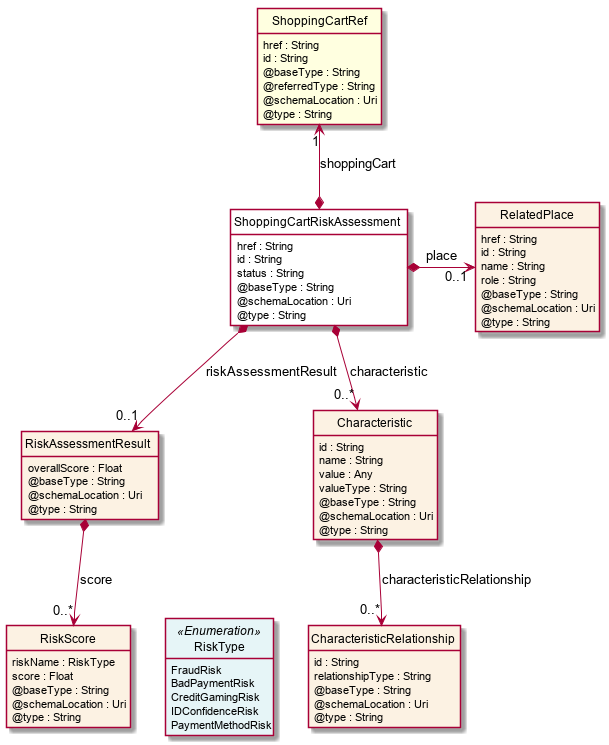
Above: apis/TMF696_Risk_Management/documentation/diagrams/Resource_ShoppingCartRiskAssessment.png in tmforum-apis/Open_Api_And_Data_Model (PlantUML), before the change. Source of this version:
```plantuml
@startuml
hide circle
hide methods
hide stereotype
show <<Enumeration>> stereotype
skinparam class {
   BackgroundColor<<Enumeration>> #E6F5F7
   BackgroundColor<<Ref>> #FFFFE0
   BackgroundColor<<Pivot>> #FFFFFFF
   BackgroundColor #FCF2E3
}

class ShoppingCartRiskAssessment  <<Pivot>> {
    href : String
    id : String
    status : String
    @baseType : String
    @schemaLocation : Uri
    @type : String
}

class RiskAssessmentResult  {
    overallScore : Float
    @baseType : String
    @schemaLocation : Uri
    @type : String
}

class RiskScore  {
    riskName : RiskType
    score : Float
    @baseType : String
    @schemaLocation : Uri
    @type : String
}

class RiskType <<Enumeration>> {
    FraudRisk
    BadPaymentRisk
    CreditGamingRisk
    IDConfidenceRisk
    PaymentMethodRisk
}

class ShoppingCartRef  <<Ref>> {
    href : String
    id : String
    @baseType : String
    @referredType : String
    @schemaLocation : Uri
    @type : String
}

class RelatedPlace  {
    href : String
    id : String
    name : String
    role : String
    @baseType : String
    @schemaLocation : Uri
    @type : String
}

class Characteristic  {
    id : String
    name : String
    value : Any
    valueType : String
    @baseType : String
    @schemaLocation : Uri
    @type : String
}

class CharacteristicRelationship  {
    id : String
    relationshipType : String
    @baseType : String
    @schemaLocation : Uri
    @type : String
}

ShoppingCartRiskAssessment *-right-> "0..1" RelatedPlace : place

ShoppingCartRef "1" <--* ShoppingCartRiskAssessment : shoppingCart

ShoppingCartRiskAssessment *-->  "0..*" Characteristic : characteristic

ShoppingCartRiskAssessment *-->  "0..1" RiskAssessmentResult : riskAssessmentResult

RiskAssessmentResult *-->  "0..*" RiskScore : score

Characteristic *-->  "0..*" CharacteristicRelationship : characteristicRelationship

RiskScore -right[hidden]-> RiskType

@enduml
```
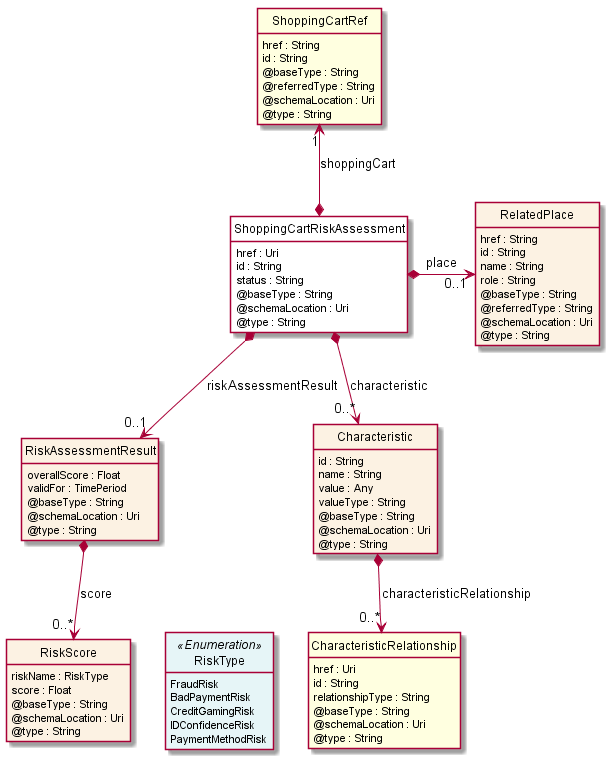
After the commit.

Diff of the diagram source:
```diff
@@ -11,7 +11,7 @@
 }
 
 class ShoppingCartRiskAssessment  <<Pivot>> {
-    href : String
+    href : Uri
     id : String
     status : String
     @baseType : String
@@ -21,6 +21,7 @@
 
 class RiskAssessmentResult  {
     overallScore : Float
+    validFor : TimePeriod
     @baseType : String
     @schemaLocation : Uri
     @type : String
@@ -57,6 +58,7 @@
     name : String
     role : String
     @baseType : String
+    @referredType : String
     @schemaLocation : Uri
     @type : String
 }
@@ -71,7 +73,8 @@
     @type : String
 }
 
-class CharacteristicRelationship  {
+class CharacteristicRelationship  <<Ref>> {
+    href : Uri
     id : String
     relationshipType : String
     @baseType : String
```
